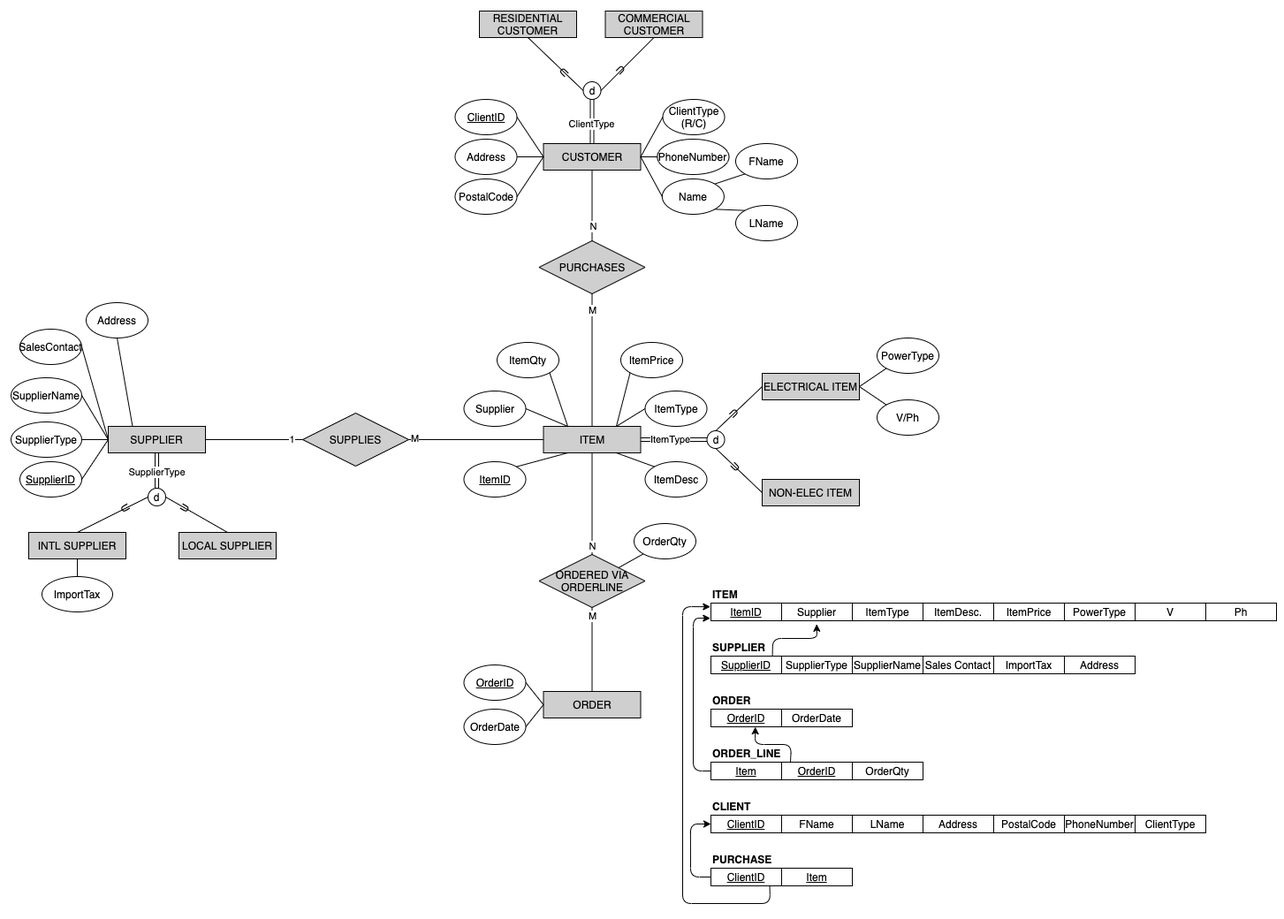
This is ToolShop_Relational_Diagram.png from JJoorisity/607_Store_Inventory_Proj, a draw.io export, as it was before one commit. Source tidied: cells renumbered, new cells last; positions are measured from the earlier drawing's top-left corner, leaving out a move shared by most shapes.
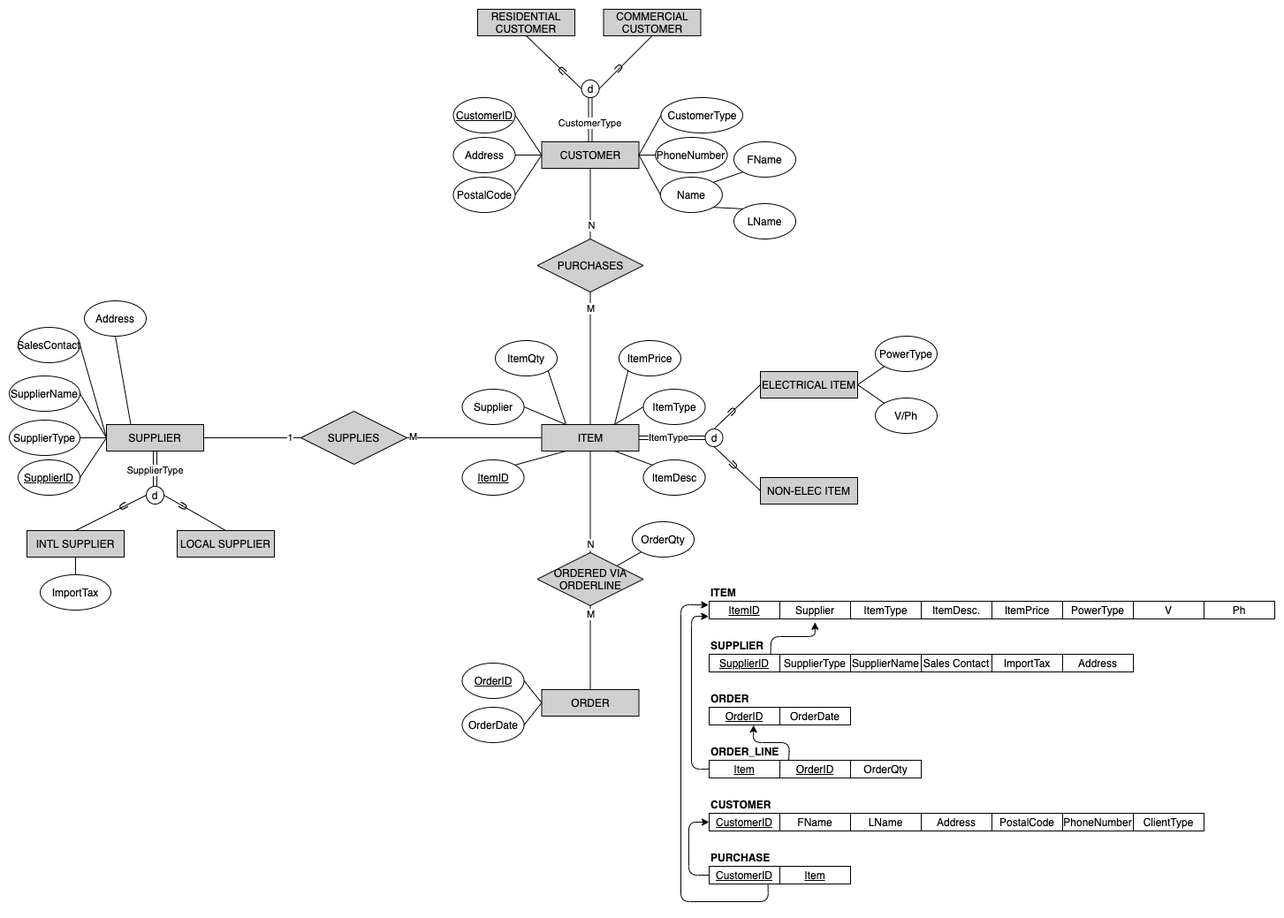
Later version of the same file.

Commit message:
updated EER PDF

Change to the diagram source:
```diff
@@ -68,7 +68,7 @@
     <mxCell id="23" value="OrderDate" style="shape=partialRectangle;html=1;whiteSpace=wrap;fillColor=none;top=0;left=0;bottom=0;right=0;overflow=hidden;" parent="21" vertex="1">
       <mxGeometry x="80" width="80" height="20" as="geometry" />
     </mxCell>
-    <mxCell id="24" value="&lt;b&gt;CLIENT&lt;/b&gt;" style="text;html=1;strokeColor=none;fillColor=none;align=left;verticalAlign=middle;whiteSpace=wrap;rounded=0;" parent="1" vertex="1">
+    <mxCell id="24" value="&lt;b&gt;CUSTOMER&lt;/b&gt;" style="text;html=1;strokeColor=none;fillColor=none;align=left;verticalAlign=middle;whiteSpace=wrap;rounded=0;" parent="1" vertex="1">
       <mxGeometry x="792" y="890" width="80" height="20" as="geometry" />
     </mxCell>
     <mxCell id="25" style="shape=table;html=1;whiteSpace=wrap;startSize=0;" parent="1" vertex="1">
@@ -77,7 +77,7 @@
     <mxCell id="26" style="shape=partialRectangle;html=1;whiteSpace=wrap;fillColor=none;top=0;left=0;bottom=0;right=0;points=[[0,0.5],[1,0.5]];portConstraint=eastwest;" parent="25" vertex="1">
       <mxGeometry width="560" height="20" as="geometry" />
     </mxCell>
-    <mxCell id="27" value="&lt;u&gt;ClientID&lt;/u&gt;" style="shape=partialRectangle;html=1;whiteSpace=wrap;fillColor=none;top=0;left=0;bottom=0;right=0;overflow=hidden;" parent="26" vertex="1">
+    <mxCell id="27" value="&lt;u&gt;CustomerID&lt;/u&gt;" style="shape=partialRectangle;html=1;whiteSpace=wrap;fillColor=none;top=0;left=0;bottom=0;right=0;overflow=hidden;" parent="26" vertex="1">
       <mxGeometry width="80" height="20" as="geometry" />
     </mxCell>
     <mxCell id="28" value="FName" style="shape=partialRectangle;html=1;whiteSpace=wrap;fillColor=none;top=0;left=0;bottom=0;right=0;overflow=hidden;" parent="26" vertex="1">
@@ -143,7 +143,7 @@
     <mxCell id="48" value="SalesContact" style="ellipse;whiteSpace=wrap;html=1;" parent="1" vertex="1">
       <mxGeometry x="10" y="360" width="70" height="40" as="geometry" />
     </mxCell>
-    <mxCell id="49" value="&lt;u&gt;ClientID&lt;/u&gt;" style="ellipse;whiteSpace=wrap;html=1;" parent="1" vertex="1">
+    <mxCell id="49" value="&lt;u&gt;CustomerID&lt;/u&gt;" style="ellipse;whiteSpace=wrap;html=1;" parent="1" vertex="1">
       <mxGeometry x="502.5" y="100" width="70" height="40" as="geometry" />
     </mxCell>
     <mxCell id="50" value="FName" style="ellipse;whiteSpace=wrap;html=1;" parent="1" vertex="1">
@@ -161,8 +161,8 @@
     <mxCell id="54" value="PostalCode" style="ellipse;whiteSpace=wrap;html=1;" parent="1" vertex="1">
       <mxGeometry x="502.5" y="190" width="70" height="40" as="geometry" />
     </mxCell>
-    <mxCell id="55" value="ClientType&lt;br&gt;(R/C)" style="ellipse;whiteSpace=wrap;html=1;" parent="1" vertex="1">
-      <mxGeometry x="737.5" y="100" width="70" height="40" as="geometry" />
+    <mxCell id="55" value="CustomerType" style="ellipse;whiteSpace=wrap;html=1;" parent="1" vertex="1">
+      <mxGeometry x="737.5" y="100" width="92.5" height="40" as="geometry" />
     </mxCell>
     <mxCell id="56" value="SUPPLIES" style="shape=rhombus;perimeter=rhombusPerimeter;whiteSpace=wrap;html=1;align=center;fillColor=#CFCFCF;" parent="1" vertex="1">
       <mxGeometry x="330" y="455" width="120" height="60" as="geometry" />
@@ -362,7 +362,7 @@
     <mxCell id="113" style="shape=partialRectangle;html=1;whiteSpace=wrap;fillColor=none;top=0;left=0;bottom=0;right=0;points=[[0,0.5],[1,0.5]];portConstraint=eastwest;" parent="112" vertex="1">
       <mxGeometry width="160" height="20" as="geometry" />
     </mxCell>
-    <mxCell id="114" value="&lt;u&gt;ClientID&lt;/u&gt;" style="shape=partialRectangle;html=1;whiteSpace=wrap;fillColor=none;top=0;left=0;bottom=0;right=0;overflow=hidden;" parent="113" vertex="1">
+    <mxCell id="114" value="&lt;u&gt;CustomerID&lt;/u&gt;" style="shape=partialRectangle;html=1;whiteSpace=wrap;fillColor=none;top=0;left=0;bottom=0;right=0;overflow=hidden;" parent="113" vertex="1">
       <mxGeometry width="80" height="20" as="geometry" />
     </mxCell>
     <mxCell id="115" value="&lt;u&gt;Item&lt;/u&gt;" style="shape=partialRectangle;html=1;whiteSpace=wrap;fillColor=none;top=0;left=0;bottom=0;right=0;overflow=hidden;" parent="113" vertex="1">
@@ -427,7 +427,7 @@
     <mxCell id="131" style="shape=link;html=1;exitX=0.5;exitY=0;exitDx=0;exitDy=0;entryX=0.5;entryY=1;entryDx=0;entryDy=0;" parent="1" edge="1" source="37" target="128">
       <mxGeometry relative="1" as="geometry" />
     </mxCell>
-    <mxCell id="132" value="ClientType" style="edgeLabel;html=1;align=center;verticalAlign=middle;" parent="131" vertex="1">
+    <mxCell id="132" value="CustomerType" style="edgeLabel;html=1;align=center;verticalAlign=middle;" parent="131" vertex="1">
       <mxGeometry x="-0.12" y="1" relative="1" as="geometry" />
     </mxCell>
     <mxCell id="133" value="U" style="text;html=1;align=center;verticalAlign=middle;rotation=-135;" parent="1" vertex="1">
```
